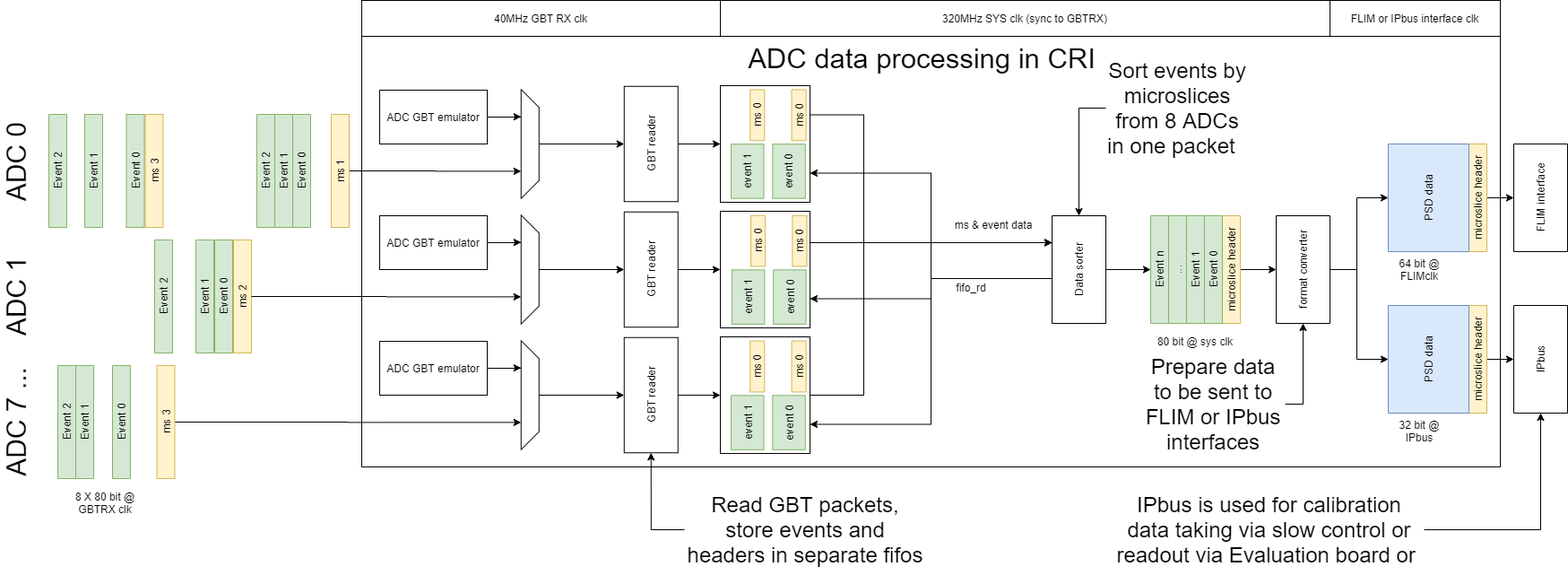
Earlier version of the draw.io export CRI_data_sort.png (dfinogee/PSD-readout-manual). Source tidied: cells renumbered, new cells last; positions are measured from the earlier drawing's top-left corner, leaving out a move shared by most shapes.
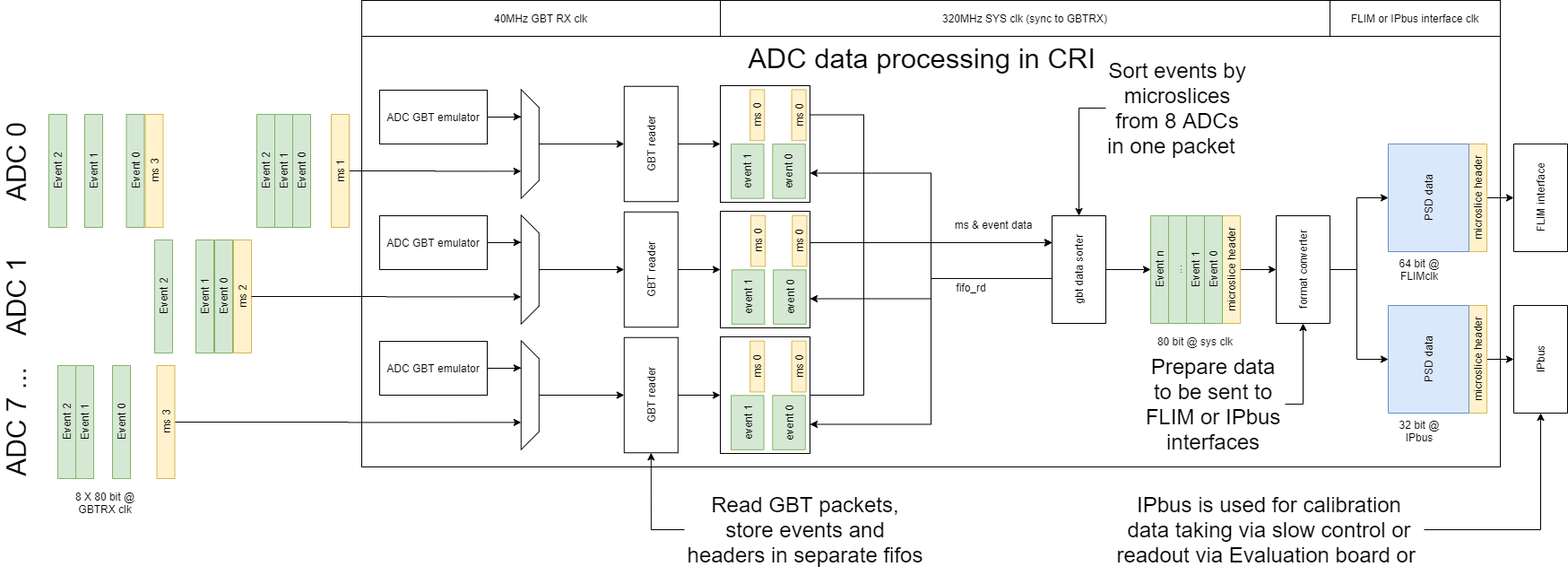
After the change.

The edit, as a diff of the source:
```diff
@@ -93,7 +93,7 @@
         </Array>
       </mxGeometry>
     </mxCell>
-    <mxCell id="23" value="Data sorter" style="rounded=0;whiteSpace=wrap;html=1;rotation=-90;" parent="1" vertex="1">
+    <mxCell id="23" value="gbt data sorter" style="rounded=0;whiteSpace=wrap;html=1;rotation=-90;" parent="1" vertex="1">
       <mxGeometry x="1190" y="270" width="120" height="60" as="geometry" />
     </mxCell>
     <mxCell id="24" value="8 X 80 bit @ GBTRX clk" style="text;html=1;strokeColor=none;fillColor=none;align=center;verticalAlign=middle;whiteSpace=wrap;rounded=0;" parent="1" vertex="1">
@@ -166,7 +166,7 @@
       <mxGeometry x="708.5" y="410" width="128.5" height="60" as="geometry" />
     </mxCell>
     <mxCell id="47" style="group;" parent="1" vertex="1">
-      <mxGeometry x="850" y="95" width="116" height="130" as="geometry" />
+      <mxGeometry x="850" y="95" width="120" height="420" as="geometry" />
     </mxCell>
     <mxCell id="48" style="rounded=0;whiteSpace=wrap;html=1;" parent="47" vertex="1">
       <mxGeometry width="100" height="130" as="geometry" />
```
